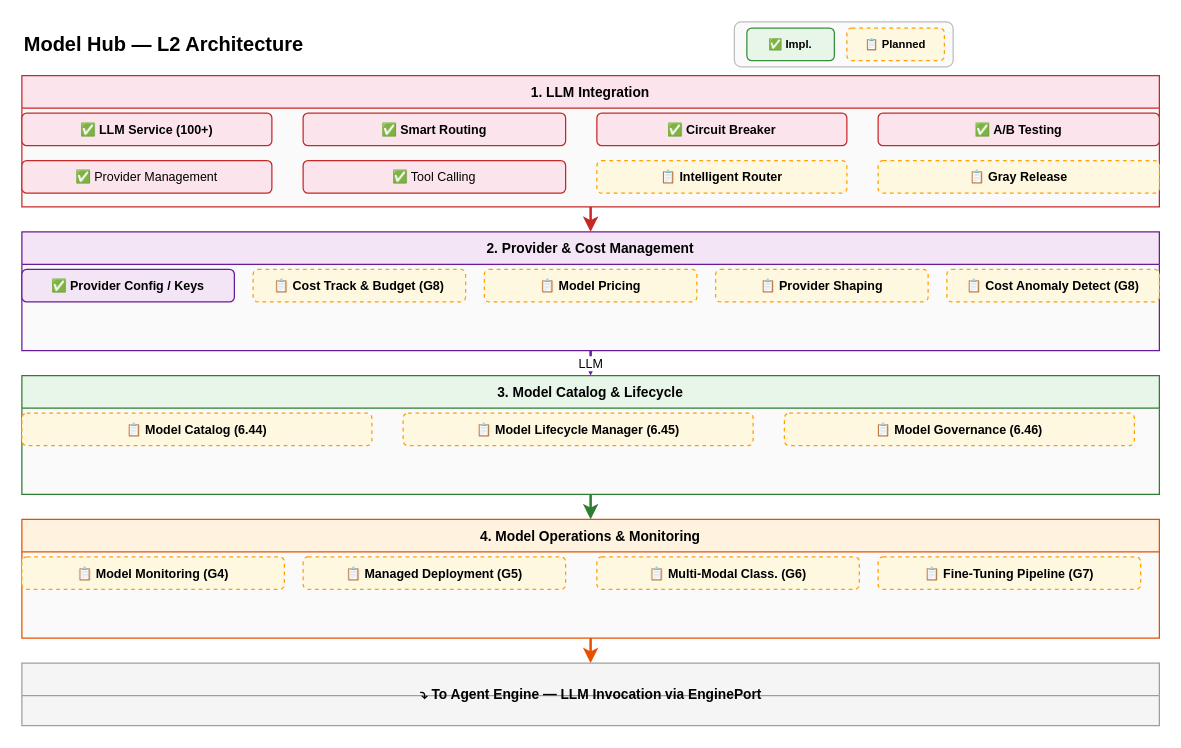
Above: docs/design/hardware/model-hub-l2.drawio in xueyufish/hecate (draw.io), before the change. Source tidied: cells renumbered, new cells numbered last; positions are measured from the earlier drawing's top-left corner, leaving out a move shared by most shapes. Both pictures are drawn from the tidied source at 125%, with x=0, y=0 at pixel (21, 21).
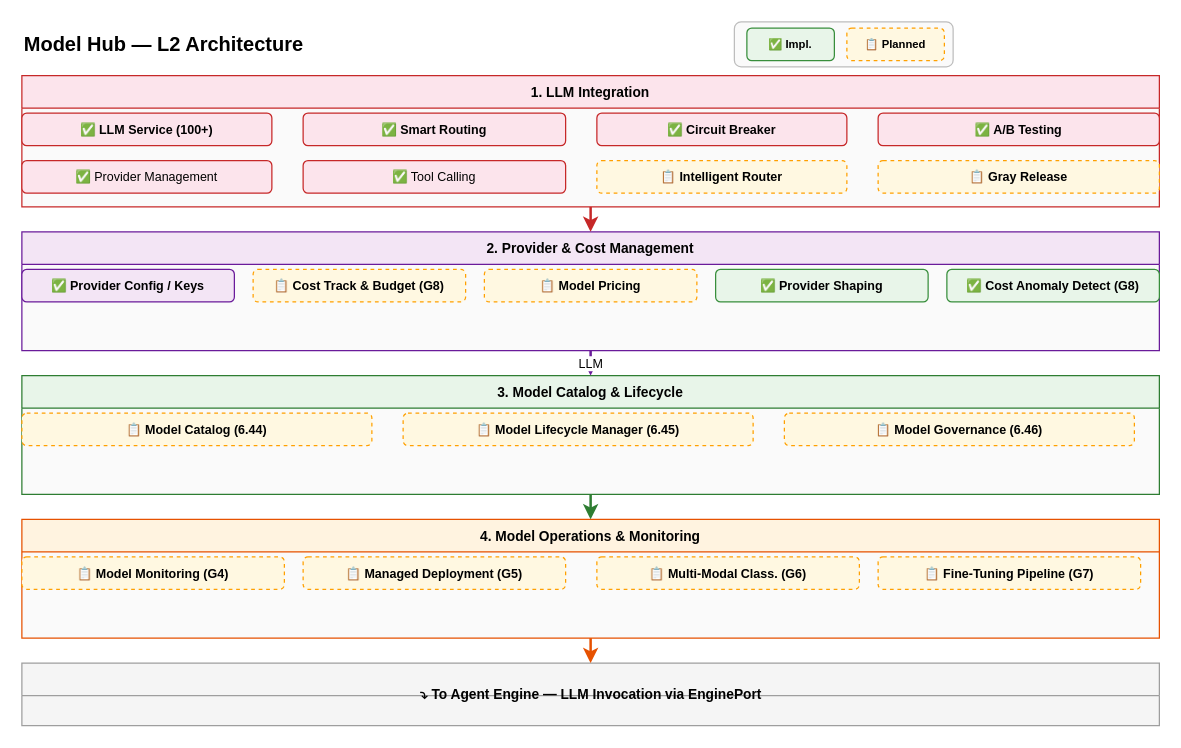
After the change.

The change refers to these unchanged cells:
```xml
<mxCell id="15" value="2. Provider &amp; Cost Management" style="swimlane;startSize=26;fillColor=#F3E5F5;strokeColor=#6A1B9A;fontSize=11;fontStyle=1;swimlaneFillColor=#FAFAFA;" parent="1" vertex="1">
  <mxGeometry y="168" width="910" height="95" as="geometry" />
</mxCell>
```

The edit, as a diff of the source:
```diff
@@
-    <mxCell id="19" value="📋 Provider Shaping" style="rounded=1;whiteSpace=wrap;html=1;fillColor=#FFF8E1;strokeColor=#FFA000;fontSize=10;fontStyle=1;dashed=1;" parent="15" vertex="1">
+    <mxCell id="19" value="✅ Provider Shaping" style="rounded=1;whiteSpace=wrap;html=1;fillColor=#E8F5E9;strokeColor=#388E3C;fontSize=10;fontStyle=1;" parent="15" vertex="1">
       <mxGeometry x="555" y="30" width="170" height="26" as="geometry" />
     </mxCell>
-    <mxCell id="20" value="📋 Cost Anomaly Detect (G8)" style="rounded=1;whiteSpace=wrap;html=1;fillColor=#FFF8E1;strokeColor=#FFA000;fontSize=10;fontStyle=1;dashed=1;" parent="15" vertex="1">
+    <mxCell id="20" value="✅ Cost Anomaly Detect (G8)" style="rounded=1;whiteSpace=wrap;html=1;fillColor=#E8F5E9;strokeColor=#388E3C;fontSize=10;fontStyle=1;" parent="15" vertex="1">
       <mxGeometry x="740" y="30" width="170" height="26" as="geometry" />
     </mxCell>
```
